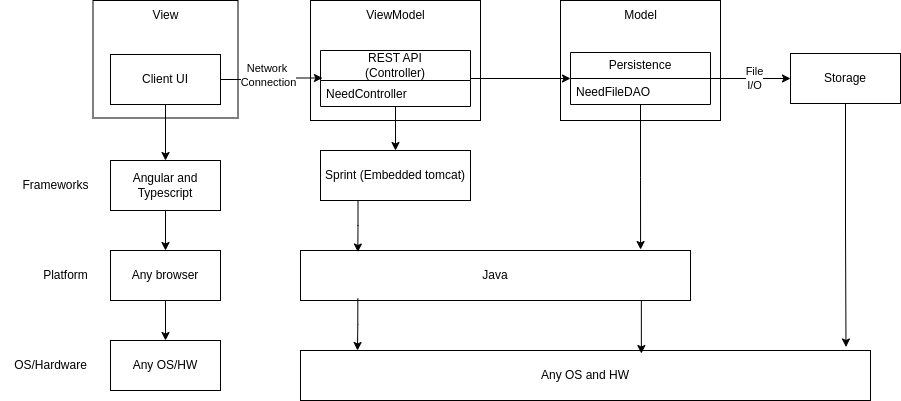
Above: docs/Food-bank-MVVM.png in lila00245/team-project-2245-swen-261-07-a-chaoscontrol (draw.io), before the change. Source tidied: cells renumbered, new cells last; positions are measured from the earlier drawing's top-left corner, leaving out a move shared by most shapes. Its diagram source:
```xml
<mxGraphModel>
  <root>
    <mxCell id="0" />
    <mxCell id="1" parent="0" />
    <mxCell id="2" style="rounded=0;whiteSpace=wrap;html=1;" parent="1" vertex="1">
      <mxGeometry x="560" width="160" height="120" as="geometry" />
    </mxCell>
    <mxCell id="3" style="rounded=0;whiteSpace=wrap;html=1;" parent="1" vertex="1">
      <mxGeometry x="310" width="170" height="120" as="geometry" />
    </mxCell>
    <mxCell id="4" style="rounded=0;whiteSpace=wrap;html=1;" parent="1" vertex="1">
      <mxGeometry x="92.5" width="145" height="117.5" as="geometry" />
    </mxCell>
    <mxCell id="5" style="edgeStyle=orthogonalEdgeStyle;rounded=0;jettySize=auto;html=1;exitX=0.5;exitY=1;exitDx=0;exitDy=0;" parent="1" edge="1" source="8" target="22">
      <mxGeometry relative="1" as="geometry" />
    </mxCell>
    <mxCell id="6" style="edgeStyle=orthogonalEdgeStyle;rounded=0;jettySize=auto;html=1;entryX=0.013;entryY=-0.096;entryDx=0;entryDy=0;entryPerimeter=0;" parent="1" edge="1" source="8" target="12">
      <mxGeometry relative="1" as="geometry" />
    </mxCell>
    <mxCell id="7" value="Network&amp;nbsp;&lt;div&gt;Connection&lt;/div&gt;" style="edgeLabel;html=1;align=center;verticalAlign=middle;" parent="6" vertex="1">
      <mxGeometry y="4" relative="1" as="geometry">
        <mxPoint x="-3" y="1" as="offset" />
      </mxGeometry>
    </mxCell>
    <mxCell id="8" value="Client UI" style="html=1;whiteSpace=wrap;" parent="1" vertex="1">
      <mxGeometry x="110" y="54" width="110" height="50" as="geometry" />
    </mxCell>
    <mxCell id="9" style="edgeStyle=orthogonalEdgeStyle;rounded=0;jettySize=auto;html=1;" parent="1" edge="1" source="11" target="25">
      <mxGeometry relative="1" as="geometry" />
    </mxCell>
    <mxCell id="10" style="edgeStyle=orthogonalEdgeStyle;rounded=0;jettySize=auto;html=1;" parent="1" edge="1" source="11" target="15">
      <mxGeometry relative="1" as="geometry" />
    </mxCell>
    <mxCell id="11" value="REST API&lt;div&gt;(Controller)&lt;/div&gt;" style="swimlane;fontStyle=0;horizontal=1;startSize=30;fillColor=none;whiteSpace=wrap;html=1;" parent="1" vertex="1">
      <mxGeometry x="320" y="50" width="150" height="56" as="geometry" />
    </mxCell>
    <mxCell id="12" value="NeedController" style="text;strokeColor=none;fillColor=none;align=left;verticalAlign=top;spacingLeft=4;spacingRight=4;overflow=hidden;points=[[0,0.5],[1,0.5]];portConstraint=eastwest;whiteSpace=wrap;html=1;" parent="11" vertex="1">
      <mxGeometry y="30" width="150" height="26" as="geometry" />
    </mxCell>
    <mxCell id="13" style="edgeStyle=orthogonalEdgeStyle;rounded=0;jettySize=auto;html=1;" parent="1" edge="1" source="15" target="17">
      <mxGeometry relative="1" as="geometry" />
    </mxCell>
    <mxCell id="14" value="File&lt;div&gt;I/O&lt;/div&gt;" style="edgeLabel;html=1;align=center;verticalAlign=middle;" parent="13" vertex="1">
      <mxGeometry x="0.07" y="2" relative="1" as="geometry">
        <mxPoint y="1" as="offset" />
      </mxGeometry>
    </mxCell>
    <mxCell id="15" value="Persistence" style="swimlane;fontStyle=0;horizontal=1;startSize=26;fillColor=none;whiteSpace=wrap;html=1;" parent="1" vertex="1">
      <mxGeometry x="570" y="52" width="140" height="52" as="geometry" />
    </mxCell>
    <mxCell id="16" value="NeedFileDAO" style="text;strokeColor=none;fillColor=none;align=left;verticalAlign=top;spacingLeft=4;spacingRight=4;overflow=hidden;whiteSpace=wrap;html=1;" parent="15" vertex="1">
      <mxGeometry y="26" width="140" height="26" as="geometry" />
    </mxCell>
    <mxCell id="17" value="Storage" style="html=1;whiteSpace=wrap;" parent="1" vertex="1">
      <mxGeometry x="790" y="53" width="110" height="50" as="geometry" />
    </mxCell>
    <mxCell id="18" value="Any OS/HW" style="html=1;whiteSpace=wrap;" parent="1" vertex="1">
      <mxGeometry x="110" y="340" width="110" height="50" as="geometry" />
    </mxCell>
    <mxCell id="19" style="edgeStyle=orthogonalEdgeStyle;rounded=0;jettySize=auto;html=1;" parent="1" edge="1" source="20" target="18">
      <mxGeometry relative="1" as="geometry" />
    </mxCell>
    <mxCell id="20" value="Any browser" style="html=1;whiteSpace=wrap;" parent="1" vertex="1">
      <mxGeometry x="110" y="250" width="110" height="50" as="geometry" />
    </mxCell>
    <mxCell id="21" style="edgeStyle=orthogonalEdgeStyle;rounded=0;jettySize=auto;html=1;" parent="1" edge="1" source="22" target="20">
      <mxGeometry relative="1" as="geometry" />
    </mxCell>
    <mxCell id="22" value="Angular and Typescript" style="html=1;whiteSpace=wrap;" parent="1" vertex="1">
      <mxGeometry x="110" y="160" width="110" height="50" as="geometry" />
    </mxCell>
    <mxCell id="23" value="Java" style="html=1;whiteSpace=wrap;" parent="1" vertex="1">
      <mxGeometry x="300" y="250" width="390" height="50" as="geometry" />
    </mxCell>
    <mxCell id="24" value="Any OS and HW" style="html=1;whiteSpace=wrap;" parent="1" vertex="1">
      <mxGeometry x="300" y="350" width="570" height="50" as="geometry" />
    </mxCell>
    <mxCell id="25" value="Sprint (Embedded tomcat)" style="html=1;whiteSpace=wrap;" parent="1" vertex="1">
      <mxGeometry x="320" y="150" width="150" height="50" as="geometry" />
    </mxCell>
    <mxCell id="26" style="edgeStyle=orthogonalEdgeStyle;rounded=0;jettySize=auto;html=1;exitX=0.25;exitY=1;exitDx=0;exitDy=0;entryX=0.147;entryY=0.03;entryDx=0;entryDy=0;entryPerimeter=0;" parent="1" edge="1" source="25" target="23">
      <mxGeometry relative="1" as="geometry" />
    </mxCell>
    <mxCell id="27" style="edgeStyle=orthogonalEdgeStyle;rounded=0;jettySize=auto;html=1;exitX=0.147;exitY=0.96;exitDx=0;exitDy=0;entryX=0.1;entryY=0;entryDx=0;entryDy=0;entryPerimeter=0;exitPerimeter=0;" parent="1" edge="1" source="23" target="24">
      <mxGeometry relative="1" as="geometry" />
    </mxCell>
    <mxCell id="28" style="edgeStyle=orthogonalEdgeStyle;rounded=0;jettySize=auto;html=1;exitX=0.5;exitY=1;exitDx=0;exitDy=0;entryX=0.872;entryY=-0.02;entryDx=0;entryDy=0;entryPerimeter=0;" parent="1" edge="1" source="15" target="23">
      <mxGeometry relative="1" as="geometry" />
    </mxCell>
    <mxCell id="29" style="edgeStyle=orthogonalEdgeStyle;rounded=0;jettySize=auto;html=1;exitX=0.5;exitY=1;exitDx=0;exitDy=0;entryX=0.957;entryY=-0.07;entryDx=0;entryDy=0;entryPerimeter=0;" parent="1" edge="1" source="17" target="24">
      <mxGeometry relative="1" as="geometry" />
    </mxCell>
    <mxCell id="30" style="edgeStyle=orthogonalEdgeStyle;rounded=0;jettySize=auto;html=1;exitX=0.874;exitY=1.01;exitDx=0;exitDy=0;entryX=0.598;entryY=0.06;entryDx=0;entryDy=0;entryPerimeter=0;exitPerimeter=0;" parent="1" edge="1" source="23" target="24">
      <mxGeometry relative="1" as="geometry" />
    </mxCell>
    <mxCell id="31" value="Frameworks" style="text;html=1;align=center;verticalAlign=middle;strokeColor=none;fillColor=none;" parent="1" vertex="1">
      <mxGeometry x="10" y="170" width="90" height="30" as="geometry" />
    </mxCell>
    <mxCell id="32" value="Platform" style="text;html=1;align=center;verticalAlign=middle;strokeColor=none;fillColor=none;" parent="1" vertex="1">
      <mxGeometry x="30" y="260" width="70" height="30" as="geometry" />
    </mxCell>
    <mxCell id="33" value="OS/Hardware" style="text;html=1;align=center;verticalAlign=middle;strokeColor=none;fillColor=none;" parent="1" vertex="1">
      <mxGeometry y="350" width="100" height="30" as="geometry" />
    </mxCell>
    <mxCell id="34" value="View" style="text;html=1;align=center;verticalAlign=middle;strokeColor=none;fillColor=none;" parent="1" vertex="1">
      <mxGeometry x="140" width="50" height="30" as="geometry" />
    </mxCell>
    <mxCell id="35" value="ViewModel" style="text;html=1;align=center;verticalAlign=middle;strokeColor=none;fillColor=none;" parent="1" vertex="1">
      <mxGeometry x="355" width="80" height="30" as="geometry" />
    </mxCell>
    <mxCell id="36" value="Model" style="text;html=1;align=center;verticalAlign=middle;strokeColor=none;fillColor=none;" parent="1" vertex="1">
      <mxGeometry x="610" width="60" height="30" as="geometry" />
    </mxCell>
  </root>
</mxGraphModel>
```
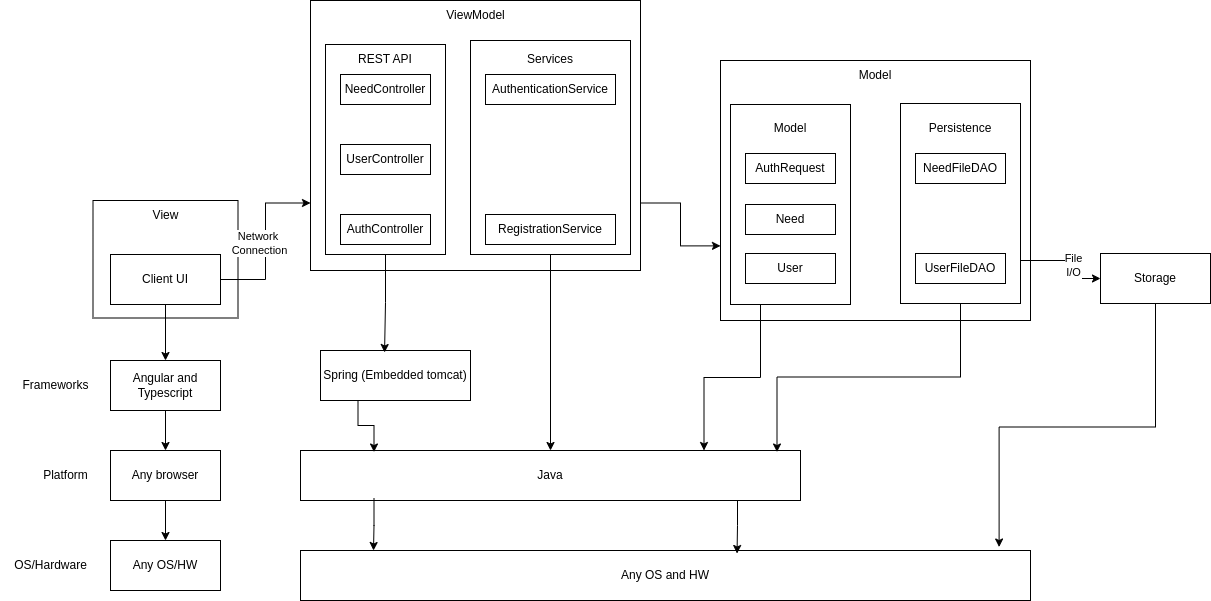
After the commit.

Commit message:
update architecture diagram

What changed in the source:
```diff
@@ -3,10 +3,10 @@
     <mxCell id="0" />
     <mxCell id="1" parent="0" />
     <mxCell id="2" style="rounded=0;whiteSpace=wrap;html=1;" parent="1" vertex="1">
-      <mxGeometry x="560" width="160" height="120" as="geometry" />
+      <mxGeometry x="720" y="-140" width="310" height="260" as="geometry" />
     </mxCell>
     <mxCell id="3" style="rounded=0;whiteSpace=wrap;html=1;" parent="1" vertex="1">
-      <mxGeometry x="310" width="170" height="120" as="geometry" />
+      <mxGeometry x="310" y="-200" width="330" height="270" as="geometry" />
     </mxCell>
     <mxCell id="4" style="rounded=0;whiteSpace=wrap;html=1;" parent="1" vertex="1">
       <mxGeometry x="92.5" width="145" height="117.5" as="geometry" />
@@ -14,7 +14,7 @@
     <mxCell id="5" style="edgeStyle=orthogonalEdgeStyle;rounded=0;jettySize=auto;html=1;exitX=0.5;exitY=1;exitDx=0;exitDy=0;" parent="1" edge="1" source="8" target="22">
       <mxGeometry relative="1" as="geometry" />
     </mxCell>
-    <mxCell id="6" style="edgeStyle=orthogonalEdgeStyle;rounded=0;jettySize=auto;html=1;entryX=0.013;entryY=-0.096;entryDx=0;entryDy=0;entryPerimeter=0;" parent="1" edge="1" source="8" target="12">
+    <mxCell id="6" style="edgeStyle=orthogonalEdgeStyle;rounded=0;jettySize=auto;html=1;entryX=0;entryY=0.75;entryDx=0;entryDy=0;" parent="1" edge="1" source="8" target="3">
       <mxGeometry relative="1" as="geometry" />
     </mxCell>
     <mxCell id="7" value="Network&amp;nbsp;&lt;div&gt;Connection&lt;/div&gt;" style="edgeLabel;html=1;align=center;verticalAlign=middle;" parent="6" vertex="1">
@@ -25,34 +25,22 @@
     <mxCell id="8" value="Client UI" style="html=1;whiteSpace=wrap;" parent="1" vertex="1">
       <mxGeometry x="110" y="54" width="110" height="50" as="geometry" />
     </mxCell>
-    <mxCell id="9" style="edgeStyle=orthogonalEdgeStyle;rounded=0;jettySize=auto;html=1;" parent="1" edge="1" source="11" target="25">
-      <mxGeometry relative="1" as="geometry" />
-    </mxCell>
-    <mxCell id="10" style="edgeStyle=orthogonalEdgeStyle;rounded=0;jettySize=auto;html=1;" parent="1" edge="1" source="11" target="15">
-      <mxGeometry relative="1" as="geometry" />
-    </mxCell>
-    <mxCell id="11" value="REST API&lt;div&gt;(Controller)&lt;/div&gt;" style="swimlane;fontStyle=0;horizontal=1;startSize=30;fillColor=none;whiteSpace=wrap;html=1;" parent="1" vertex="1">
-      <mxGeometry x="320" y="50" width="150" height="56" as="geometry" />
-    </mxCell>
-    <mxCell id="12" value="NeedController" style="text;strokeColor=none;fillColor=none;align=left;verticalAlign=top;spacingLeft=4;spacingRight=4;overflow=hidden;points=[[0,0.5],[1,0.5]];portConstraint=eastwest;whiteSpace=wrap;html=1;" parent="11" vertex="1">
-      <mxGeometry y="30" width="150" height="26" as="geometry" />
-    </mxCell>
-    <mxCell id="13" style="edgeStyle=orthogonalEdgeStyle;rounded=0;jettySize=auto;html=1;" parent="1" edge="1" source="15" target="17">
-      <mxGeometry relative="1" as="geometry" />
+    <mxCell id="13" style="edgeStyle=orthogonalEdgeStyle;rounded=0;jettySize=auto;html=1;" parent="1" edge="1" target="17">
+      <mxGeometry relative="1" as="geometry">
+        <mxPoint x="1020" y="60" as="sourcePoint" />
+        <Array as="points">
+          <mxPoint x="1070" y="60" />
+          <mxPoint x="1070" y="78" />
+        </Array>
+      </mxGeometry>
     </mxCell>
     <mxCell id="14" value="File&lt;div&gt;I/O&lt;/div&gt;" style="edgeLabel;html=1;align=center;verticalAlign=middle;" parent="13" vertex="1">
       <mxGeometry x="0.07" y="2" relative="1" as="geometry">
         <mxPoint y="1" as="offset" />
       </mxGeometry>
     </mxCell>
-    <mxCell id="15" value="Persistence" style="swimlane;fontStyle=0;horizontal=1;startSize=26;fillColor=none;whiteSpace=wrap;html=1;" parent="1" vertex="1">
-      <mxGeometry x="570" y="52" width="140" height="52" as="geometry" />
-    </mxCell>
-    <mxCell id="16" value="NeedFileDAO" style="text;strokeColor=none;fillColor=none;align=left;verticalAlign=top;spacingLeft=4;spacingRight=4;overflow=hidden;whiteSpace=wrap;html=1;" parent="15" vertex="1">
-      <mxGeometry y="26" width="140" height="26" as="geometry" />
-    </mxCell>
     <mxCell id="17" value="Storage" style="html=1;whiteSpace=wrap;" parent="1" vertex="1">
-      <mxGeometry x="790" y="53" width="110" height="50" as="geometry" />
+      <mxGeometry x="1100" y="53" width="110" height="50" as="geometry" />
     </mxCell>
     <mxCell id="18" value="Any OS/HW" style="html=1;whiteSpace=wrap;" parent="1" vertex="1">
       <mxGeometry x="110" y="340" width="110" height="50" as="geometry" />
@@ -70,12 +58,12 @@
       <mxGeometry x="110" y="160" width="110" height="50" as="geometry" />
     </mxCell>
     <mxCell id="23" value="Java" style="html=1;whiteSpace=wrap;" parent="1" vertex="1">
-      <mxGeometry x="300" y="250" width="390" height="50" as="geometry" />
+      <mxGeometry x="300" y="250" width="500" height="50" as="geometry" />
     </mxCell>
     <mxCell id="24" value="Any OS and HW" style="html=1;whiteSpace=wrap;" parent="1" vertex="1">
-      <mxGeometry x="300" y="350" width="570" height="50" as="geometry" />
+      <mxGeometry x="300" y="350" width="730" height="50" as="geometry" />
     </mxCell>
-    <mxCell id="25" value="Sprint (Embedded tomcat)" style="html=1;whiteSpace=wrap;" parent="1" vertex="1">
+    <mxCell id="25" value="Spring (Embedded tomcat)" style="html=1;whiteSpace=wrap;" parent="1" vertex="1">
       <mxGeometry x="320" y="150" width="150" height="50" as="geometry" />
     </mxCell>
     <mxCell id="26" style="edgeStyle=orthogonalEdgeStyle;rounded=0;jettySize=auto;html=1;exitX=0.25;exitY=1;exitDx=0;exitDy=0;entryX=0.147;entryY=0.03;entryDx=0;entryDy=0;entryPerimeter=0;" parent="1" edge="1" source="25" target="23">
@@ -84,9 +72,6 @@
     <mxCell id="27" style="edgeStyle=orthogonalEdgeStyle;rounded=0;jettySize=auto;html=1;exitX=0.147;exitY=0.96;exitDx=0;exitDy=0;entryX=0.1;entryY=0;entryDx=0;entryDy=0;entryPerimeter=0;exitPerimeter=0;" parent="1" edge="1" source="23" target="24">
       <mxGeometry relative="1" as="geometry" />
     </mxCell>
-    <mxCell id="28" style="edgeStyle=orthogonalEdgeStyle;rounded=0;jettySize=auto;html=1;exitX=0.5;exitY=1;exitDx=0;exitDy=0;entryX=0.872;entryY=-0.02;entryDx=0;entryDy=0;entryPerimeter=0;" parent="1" edge="1" source="15" target="23">
-      <mxGeometry relative="1" as="geometry" />
-    </mxCell>
     <mxCell id="29" style="edgeStyle=orthogonalEdgeStyle;rounded=0;jettySize=auto;html=1;exitX=0.5;exitY=1;exitDx=0;exitDy=0;entryX=0.957;entryY=-0.07;entryDx=0;entryDy=0;entryPerimeter=0;" parent="1" edge="1" source="17" target="24">
       <mxGeometry relative="1" as="geometry" />
     </mxCell>
@@ -106,10 +91,79 @@
       <mxGeometry x="140" width="50" height="30" as="geometry" />
     </mxCell>
     <mxCell id="35" value="ViewModel" style="text;html=1;align=center;verticalAlign=middle;strokeColor=none;fillColor=none;" parent="1" vertex="1">
-      <mxGeometry x="355" width="80" height="30" as="geometry" />
+      <mxGeometry x="435" y="-200" width="80" height="30" as="geometry" />
     </mxCell>
-    <mxCell id="36" value="Model" style="text;html=1;align=center;verticalAlign=middle;strokeColor=none;fillColor=none;" parent="1" vertex="1">
-      <mxGeometry x="610" width="60" height="30" as="geometry" />
-    </mxCell>
+    <mxCell id="37" style="rounded=0;whiteSpace=wrap;html=1;" parent="1" vertex="1">
+      <mxGeometry x="325" y="-156" width="120" height="210" as="geometry" />
+    </mxCell>
+    <mxCell id="12" value="NeedController" style="html=1;whiteSpace=wrap;" parent="1" vertex="1">
+      <mxGeometry x="340" y="-126" width="90" height="30" as="geometry" />
+    </mxCell>
+    <mxCell id="38" value="UserController" style="html=1;whiteSpace=wrap;" parent="1" vertex="1">
+      <mxGeometry x="340" y="-56" width="90" height="30" as="geometry" />
+    </mxCell>
+    <mxCell id="39" value="AuthController" style="html=1;whiteSpace=wrap;" parent="1" vertex="1">
+      <mxGeometry x="340" y="14" width="90" height="30" as="geometry" />
+    </mxCell>
+    <mxCell id="40" value="REST API" style="text;html=1;align=center;verticalAlign=middle;whiteSpace=wrap;rounded=0;" parent="1" vertex="1">
+      <mxGeometry x="355" y="-156" width="60" height="30" as="geometry" />
+    </mxCell>
+    <mxCell id="41" style="edgeStyle=orthogonalEdgeStyle;rounded=0;jettySize=auto;html=1;exitX=0.5;exitY=1;exitDx=0;exitDy=0;" parent="1" edge="1" source="42" target="23">
+      <mxGeometry relative="1" as="geometry" />
+    </mxCell>
+    <mxCell id="42" style="rounded=0;whiteSpace=wrap;html=1;" parent="1" vertex="1">
+      <mxGeometry x="470" y="-160" width="160" height="214" as="geometry" />
+    </mxCell>
+    <mxCell id="43" value="RegistrationService" style="html=1;whiteSpace=wrap;" parent="1" vertex="1">
+      <mxGeometry x="485" y="14" width="130" height="30" as="geometry" />
+    </mxCell>
+    <mxCell id="44" value="AuthenticationService" style="html=1;whiteSpace=wrap;" parent="1" vertex="1">
+      <mxGeometry x="485" y="-126" width="130" height="30" as="geometry" />
+    </mxCell>
+    <mxCell id="45" value="Services" style="text;html=1;align=center;verticalAlign=middle;whiteSpace=wrap;rounded=0;" parent="1" vertex="1">
+      <mxGeometry x="520" y="-156" width="60" height="30" as="geometry" />
+    </mxCell>
+    <mxCell id="46" style="edgeStyle=orthogonalEdgeStyle;rounded=0;jettySize=auto;html=1;exitX=0.5;exitY=1;exitDx=0;exitDy=0;entryX=0.427;entryY=0.04;entryDx=0;entryDy=0;entryPerimeter=0;" parent="1" edge="1" source="37" target="25">
+      <mxGeometry relative="1" as="geometry" />
+    </mxCell>
+    <mxCell id="47" style="rounded=0;whiteSpace=wrap;html=1;" parent="1" vertex="1">
+      <mxGeometry x="730" y="-96" width="120" height="200" as="geometry" />
+    </mxCell>
+    <mxCell id="48" value="Need" style="html=1;whiteSpace=wrap;" parent="1" vertex="1">
+      <mxGeometry x="745" y="4" width="90" height="30" as="geometry" />
+    </mxCell>
+    <mxCell id="49" value="User" style="html=1;whiteSpace=wrap;" parent="1" vertex="1">
+      <mxGeometry x="745" y="53" width="90" height="30" as="geometry" />
+    </mxCell>
+    <mxCell id="50" value="AuthRequest" style="html=1;whiteSpace=wrap;" parent="1" vertex="1">
+      <mxGeometry x="745" y="-47" width="90" height="30" as="geometry" />
+    </mxCell>
+    <mxCell id="51" value="Model" style="text;html=1;align=center;verticalAlign=middle;whiteSpace=wrap;rounded=0;" parent="1" vertex="1">
+      <mxGeometry x="760" y="-87" width="60" height="30" as="geometry" />
+    </mxCell>
+    <mxCell id="52" style="rounded=0;whiteSpace=wrap;html=1;" parent="1" vertex="1">
+      <mxGeometry x="900" y="-97" width="120" height="200" as="geometry" />
+    </mxCell>
+    <mxCell id="15" value="Persistence" style="text;html=1;align=center;verticalAlign=middle;whiteSpace=wrap;rounded=0;" parent="1" vertex="1">
+      <mxGeometry x="930" y="-87" width="60" height="30" as="geometry" />
+    </mxCell>
+    <mxCell id="16" value="NeedFileDAO" style="html=1;whiteSpace=wrap;" parent="1" vertex="1">
+      <mxGeometry x="915" y="-47" width="90" height="30" as="geometry" />
+    </mxCell>
+    <mxCell id="53" value="UserFileDAO" style="html=1;whiteSpace=wrap;" parent="1" vertex="1">
+      <mxGeometry x="915" y="53" width="90" height="30" as="geometry" />
+    </mxCell>
+    <mxCell id="54" style="edgeStyle=orthogonalEdgeStyle;rounded=0;jettySize=auto;html=1;exitX=0.25;exitY=1;exitDx=0;exitDy=0;entryX=0.807;entryY=0;entryDx=0;entryDy=0;entryPerimeter=0;" parent="1" edge="1" source="47" target="23">
+      <mxGeometry relative="1" as="geometry" />
+    </mxCell>
+    <mxCell id="55" style="edgeStyle=orthogonalEdgeStyle;rounded=0;jettySize=auto;html=1;exitX=0.5;exitY=1;exitDx=0;exitDy=0;entryX=0.953;entryY=0.03;entryDx=0;entryDy=0;entryPerimeter=0;" parent="1" edge="1" source="52" target="23">
+      <mxGeometry relative="1" as="geometry" />
+    </mxCell>
+    <mxCell id="56" value="Model" style="text;html=1;align=center;verticalAlign=middle;whiteSpace=wrap;rounded=0;" parent="1" vertex="1">
+      <mxGeometry x="845" y="-140" width="60" height="30" as="geometry" />
+    </mxCell>
+    <mxCell id="57" style="edgeStyle=orthogonalEdgeStyle;rounded=0;jettySize=auto;html=1;exitX=1;exitY=0.75;exitDx=0;exitDy=0;entryX=0;entryY=0.713;entryDx=0;entryDy=0;entryPerimeter=0;" parent="1" edge="1" source="3" target="2">
+      <mxGeometry relative="1" as="geometry" />
+    </mxCell>
   </root>
 </mxGraphModel>
```
